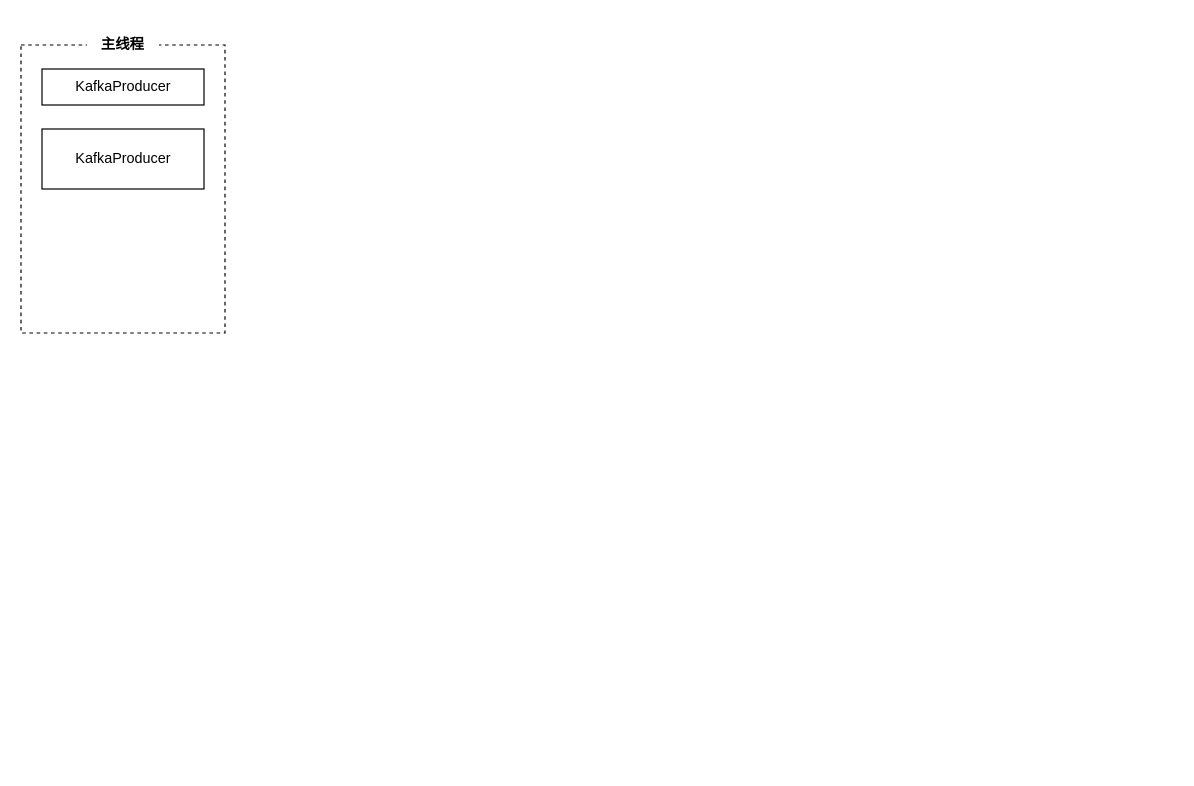
The draw.io diagram kafka_producer.drawio in zhangyuanyin/bigdata_chars, before the edit. Source tidied: cells renumbered, new cells numbered last; positions are measured from the earlier drawing's top-left corner, leaving out a move shared by most shapes. Both pictures are drawn from the tidied source at 120%, with x=0, y=0 at pixel (20, 20).
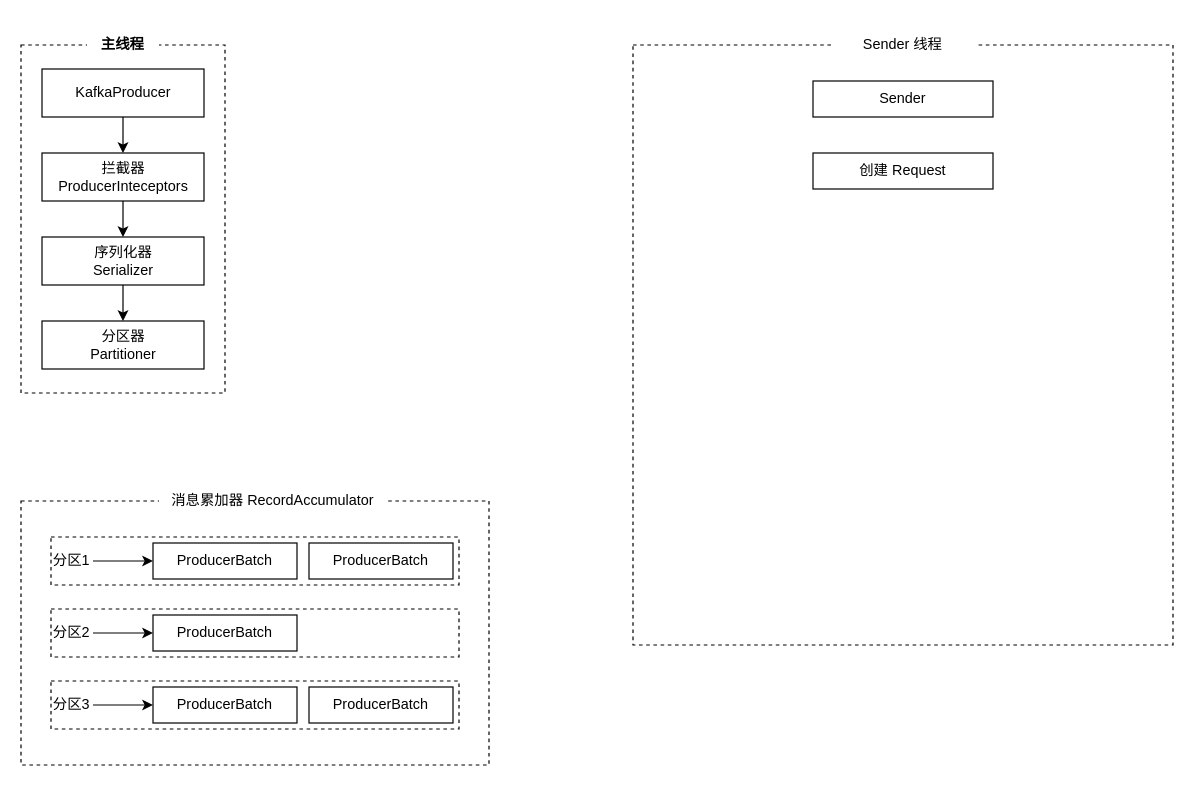
After the change.

Change to the diagram source:
```diff
@@
     <mxCell id="2" style="rounded=0;whiteSpace=wrap;html=1;dashed=1;" parent="1" vertex="1">
-      <mxGeometry y="20" width="170" height="240" as="geometry" />
+      <mxGeometry y="20" width="170" height="290" as="geometry" />
     </mxCell>
@@
+    <mxCell id="6" style="edgeStyle=orthogonalEdgeStyle;rounded=0;jettySize=auto;html=1;" parent="1" edge="1" source="4" target="5">
+      <mxGeometry relative="1" as="geometry" />
+    </mxCell>
     <mxCell id="4" value="KafkaProducer" style="rounded=0;whiteSpace=wrap;html=1;shadow=0;strokeWidth=1;" parent="1" vertex="1">
-      <mxGeometry x="17.5" y="40" width="135" height="30" as="geometry" />
+      <mxGeometry x="17.5" y="40" width="135" height="40" as="geometry" />
     </mxCell>
+    <mxCell id="7" style="edgeStyle=orthogonalEdgeStyle;rounded=0;jettySize=auto;html=1;entryX=0.5;entryY=0;entryDx=0;entryDy=0;" parent="1" edge="1" source="5" target="9">
+      <mxGeometry relative="1" as="geometry" />
+    </mxCell>
-    <mxCell id="5" value="KafkaProducer" style="rounded=0;whiteSpace=wrap;html=1;shadow=0;strokeWidth=1;" parent="1" vertex="1">
-      <mxGeometry x="17.5" y="90" width="135" height="50" as="geometry" />
+    <mxCell id="5" value="拦截器&lt;br&gt;ProducerInteceptors" style="rounded=0;whiteSpace=wrap;html=1;shadow=0;strokeWidth=1;" parent="1" vertex="1">
+      <mxGeometry x="17.5" y="110" width="135" height="40" as="geometry" />
     </mxCell>
+    <mxCell id="8" style="edgeStyle=orthogonalEdgeStyle;rounded=0;jettySize=auto;html=1;" parent="1" edge="1" source="9" target="10">
+      <mxGeometry relative="1" as="geometry" />
+    </mxCell>
+    <mxCell id="9" value="序列化器&lt;br&gt;Serializer" style="rounded=0;whiteSpace=wrap;html=1;shadow=0;strokeWidth=1;" parent="1" vertex="1">
+      <mxGeometry x="17.5" y="180" width="135" height="40" as="geometry" />
+    </mxCell>
+    <mxCell id="10" value="分区器&lt;br&gt;Partitioner" style="rounded=0;whiteSpace=wrap;html=1;shadow=0;strokeWidth=1;" parent="1" vertex="1">
+      <mxGeometry x="17.5" y="250" width="135" height="40" as="geometry" />
+    </mxCell>
+    <mxCell id="11" style="rounded=0;whiteSpace=wrap;html=1;dashed=1;" parent="1" vertex="1">
+      <mxGeometry y="400" width="390" height="220" as="geometry" />
+    </mxCell>
+    <mxCell id="12" value="消息累加器 RecordAccumulator" style="rounded=0;whiteSpace=wrap;html=1;dashed=1;strokeColor=none;" parent="1" vertex="1">
+      <mxGeometry x="115" y="380" width="190" height="40" as="geometry" />
+    </mxCell>
+    <mxCell id="13" value="分区1&amp;nbsp;" style="rounded=0;whiteSpace=wrap;html=1;dashed=1;align=left;" parent="1" vertex="1">
+      <mxGeometry x="25" y="430" width="340" height="40" as="geometry" />
+    </mxCell>
+    <mxCell id="14" value="ProducerBatch" style="rounded=0;whiteSpace=wrap;html=1;" parent="1" vertex="1">
+      <mxGeometry x="110" y="435" width="120" height="30" as="geometry" />
+    </mxCell>
+    <mxCell id="15" value="&lt;span&gt;ProducerBatch&lt;/span&gt;" style="rounded=0;whiteSpace=wrap;html=1;" parent="1" vertex="1">
+      <mxGeometry x="240" y="435" width="120" height="30" as="geometry" />
+    </mxCell>
+    <mxCell id="16" style="endArrow=classic;html=1;entryX=0;entryY=0.5;entryDx=0;entryDy=0;" parent="1" edge="1" target="14">
+      <mxGeometry relative="1" as="geometry">
+        <mxPoint x="60" y="450" as="sourcePoint" />
+      </mxGeometry>
+    </mxCell>
+    <mxCell id="17" value="分区2&amp;nbsp;" style="rounded=0;whiteSpace=wrap;html=1;dashed=1;align=left;" parent="1" vertex="1">
+      <mxGeometry x="25" y="490" width="340" height="40" as="geometry" />
+    </mxCell>
+    <mxCell id="18" value="ProducerBatch" style="rounded=0;whiteSpace=wrap;html=1;" parent="1" vertex="1">
+      <mxGeometry x="110" y="495" width="120" height="30" as="geometry" />
+    </mxCell>
+    <mxCell id="19" style="endArrow=classic;html=1;entryX=0;entryY=0.5;entryDx=0;entryDy=0;" parent="1" edge="1" target="18">
+      <mxGeometry relative="1" as="geometry">
+        <mxPoint x="60" y="510" as="sourcePoint" />
+      </mxGeometry>
+    </mxCell>
+    <mxCell id="20" value="分区3&amp;nbsp;" style="rounded=0;whiteSpace=wrap;html=1;dashed=1;align=left;" parent="1" vertex="1">
+      <mxGeometry x="25" y="550" width="340" height="40" as="geometry" />
+    </mxCell>
+    <mxCell id="21" value="ProducerBatch" style="rounded=0;whiteSpace=wrap;html=1;" parent="1" vertex="1">
+      <mxGeometry x="110" y="555" width="120" height="30" as="geometry" />
+    </mxCell>
+    <mxCell id="22" value="&lt;span&gt;ProducerBatch&lt;/span&gt;" style="rounded=0;whiteSpace=wrap;html=1;" parent="1" vertex="1">
+      <mxGeometry x="240" y="555" width="120" height="30" as="geometry" />
+    </mxCell>
+    <mxCell id="23" style="endArrow=classic;html=1;entryX=0;entryY=0.5;entryDx=0;entryDy=0;" parent="1" edge="1" target="21">
+      <mxGeometry relative="1" as="geometry">
+        <mxPoint x="60" y="570" as="sourcePoint" />
+      </mxGeometry>
+    </mxCell>
+    <mxCell id="24" style="rounded=0;whiteSpace=wrap;html=1;dashed=1;" parent="1" vertex="1">
+      <mxGeometry x="510" y="20" width="450" height="500" as="geometry" />
+    </mxCell>
+    <mxCell id="25" value="Sender 线程" style="rounded=0;whiteSpace=wrap;html=1;dashed=1;strokeColor=none;" parent="1" vertex="1">
+      <mxGeometry x="675" width="120" height="40" as="geometry" />
+    </mxCell>
+    <mxCell id="26" value="Sender" style="rounded=0;whiteSpace=wrap;html=1;" parent="1" vertex="1">
+      <mxGeometry x="660" y="50" width="150" height="30" as="geometry" />
+    </mxCell>
+    <mxCell id="27" value="创建 Request" style="rounded=0;whiteSpace=wrap;html=1;" parent="1" vertex="1">
+      <mxGeometry x="660" y="110" width="150" height="30" as="geometry" />
+    </mxCell>
```
